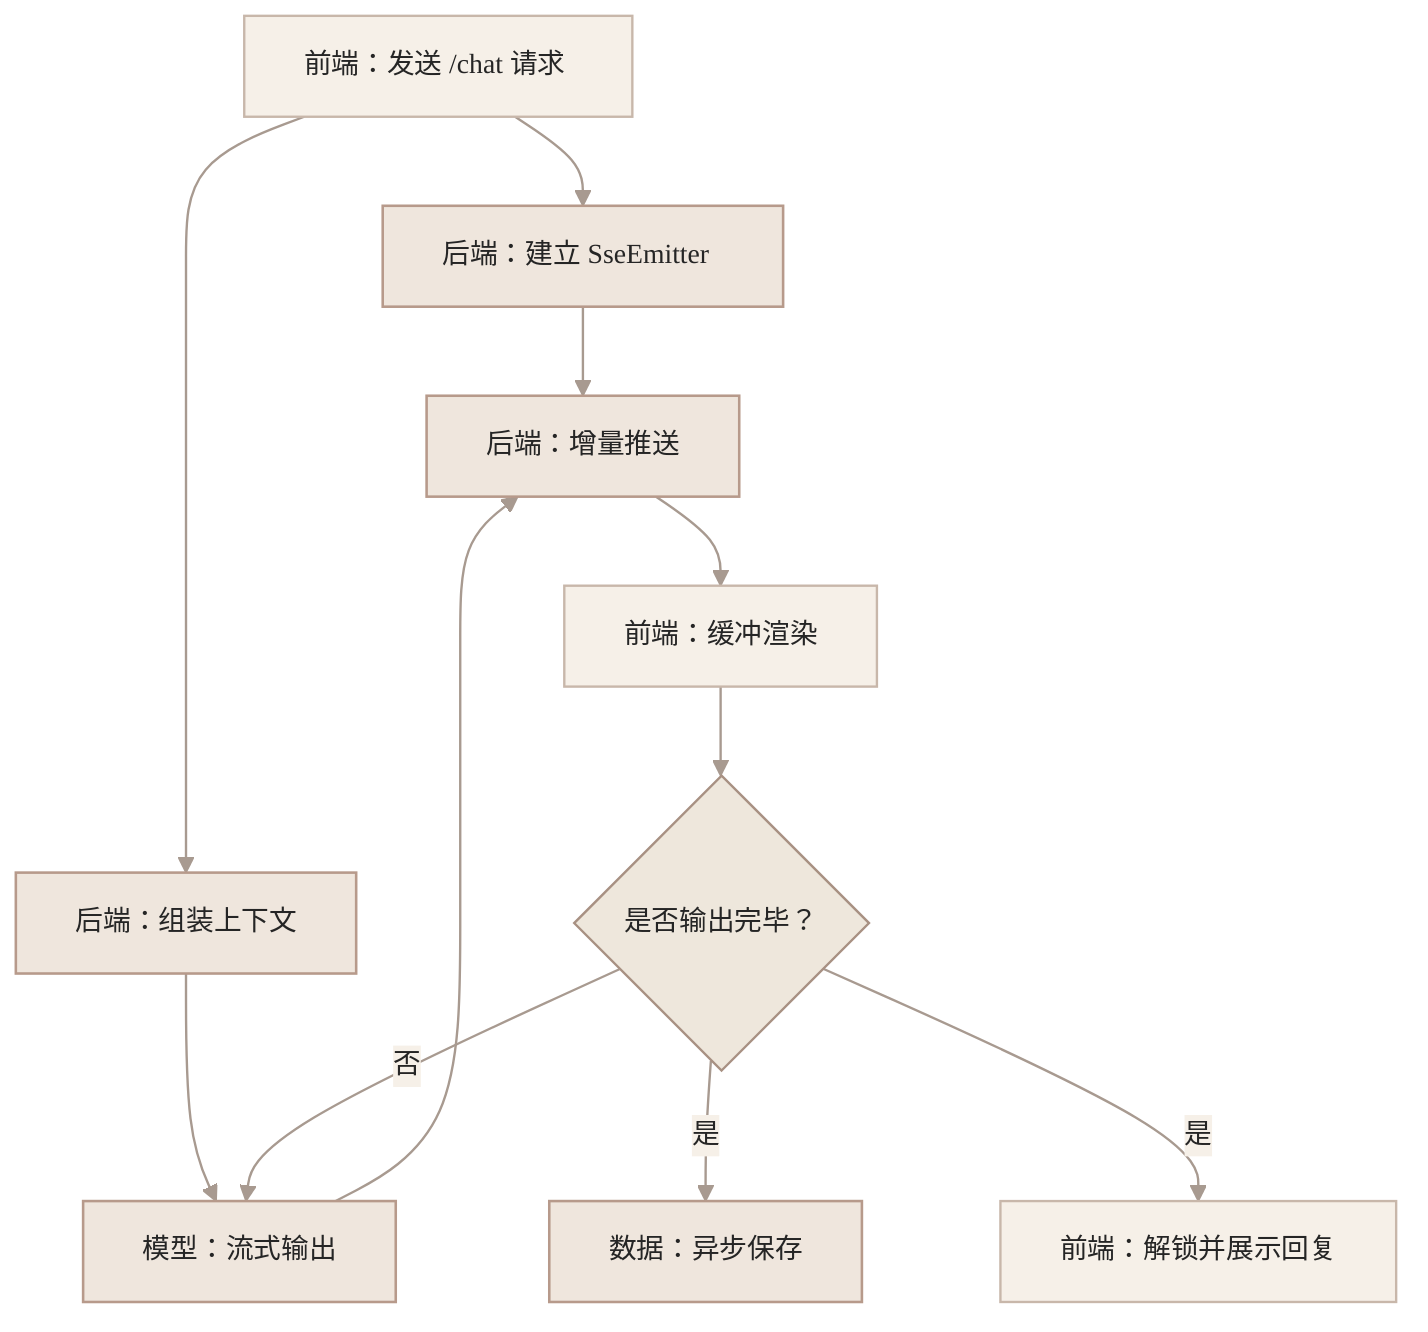
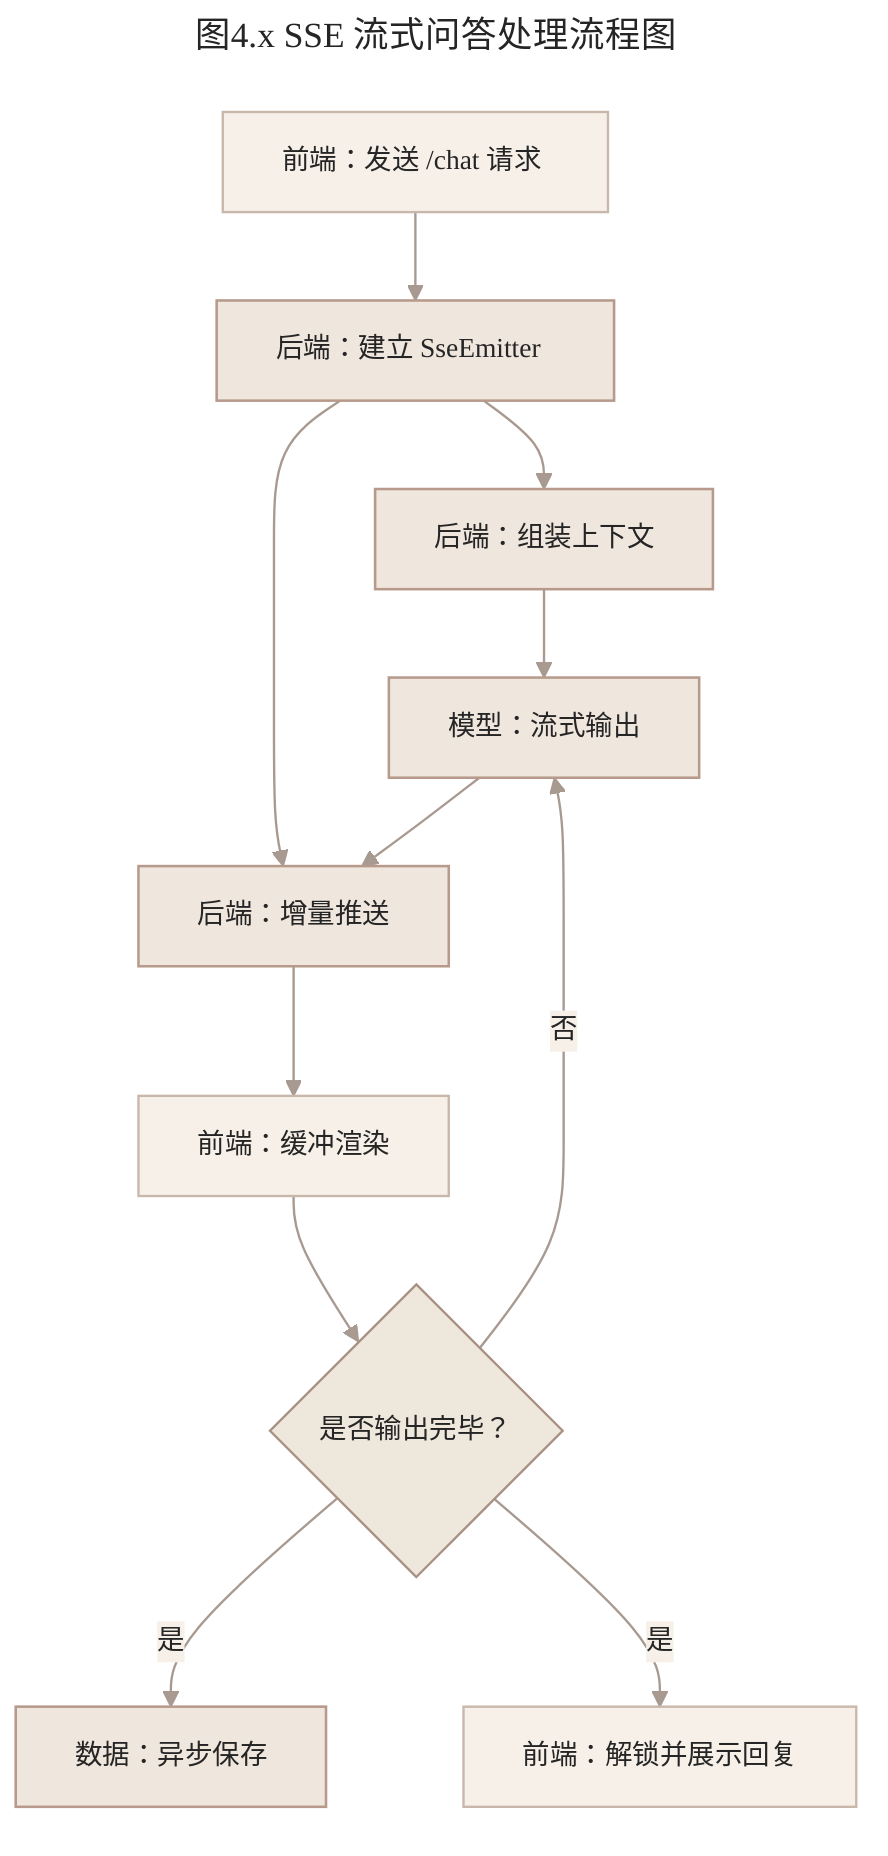
+ ---
+ title: 图4.x SSE 流式问答处理流程图
+ ---
%%{init: {
  'theme': 'base',
  'themeVariables': {
    'background': '#FAF8F2',
    'primaryColor': '#EFE6DD',
    'primaryBorderColor': '#B79A8B',
    'primaryTextColor': '#252525',
    'lineColor': '#A89A90',
    'secondaryColor': '#F6F0E8',
    'tertiaryColor': '#FBFAF6',
    'fontFamily': 'Microsoft YaHei, SimHei, Arial, sans-serif',
    'fontSize': '14px'
  },
  'flowchart': {
    'nodeSpacing': 70,
    'rankSpacing': 45
  }
}}%%
flowchart TB
  fe_send["前端：发送 /chat 请求"]

  be_emitter["后端：建立 SseEmitter"]
  be_context["后端：组装上下文"]

  llm_stream["模型：流式输出"]
  be_push["后端：增量推送"]
  fe_render["前端：缓冲渲染"]

  check_done{"是否输出完毕？"}

  db_save["数据：异步保存"]
  fe_finish["前端：解锁并展示回复"]

-   fe_send --> be_emitter
-   fe_send --> be_context
+   fe_send --> be_emitter --> be_context

  be_context --> llm_stream
  be_emitter --> be_push

  llm_stream --> be_push
  be_push --> fe_render
  fe_render --> check_done

  check_done -- "否" --> llm_stream
  check_done -- "是" --> db_save
  check_done -- "是" --> fe_finish

  classDef main fill:#EFE6DD,stroke:#B79A8B,stroke-width:1.3px,color:#252525
  classDef node fill:#F6F0E8,stroke:#C8B7AA,stroke-width:1.2px,color:#252525
  classDef decision fill:#EEE7DC,stroke:#A89183,color:#252525

  class be_emitter,be_context,llm_stream,be_push,db_save main
  class fe_send,fe_render,fe_finish node
  class check_done decision
  linkStyle default stroke:#A89A90,stroke-width:1.2px
